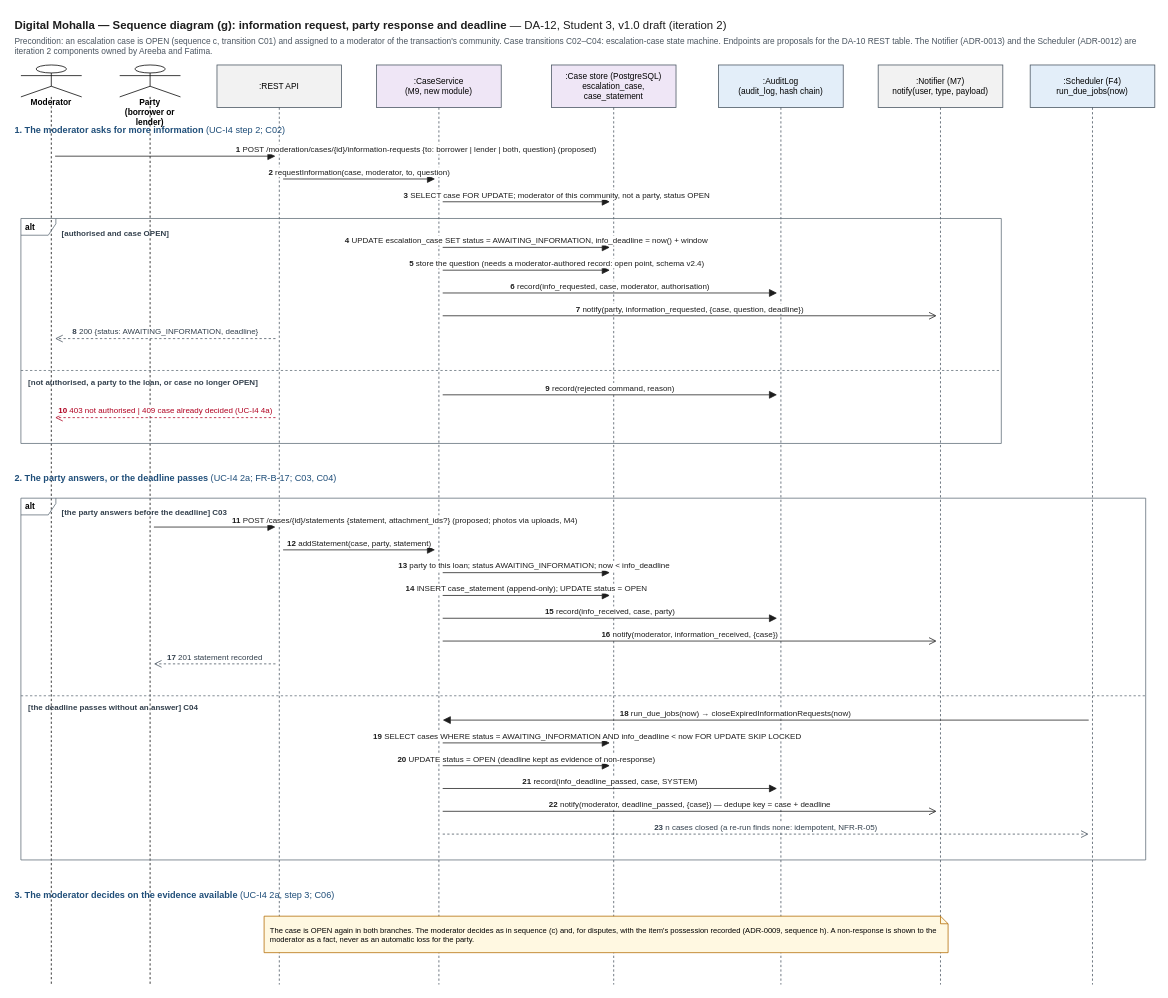
Earlier version of the draw.io diagram docs/design/08_sequence_diagrams/sequence_g_information_request.drawio (Areeba444/DigitalMohalla). Source tidied: cells renumbered, new cells numbered last; positions are measured from the earlier drawing's top-left corner, leaving out a move shared by most shapes. Both pictures are drawn from the tidied source at 76%, with x=0, y=0 at pixel (13, 13).
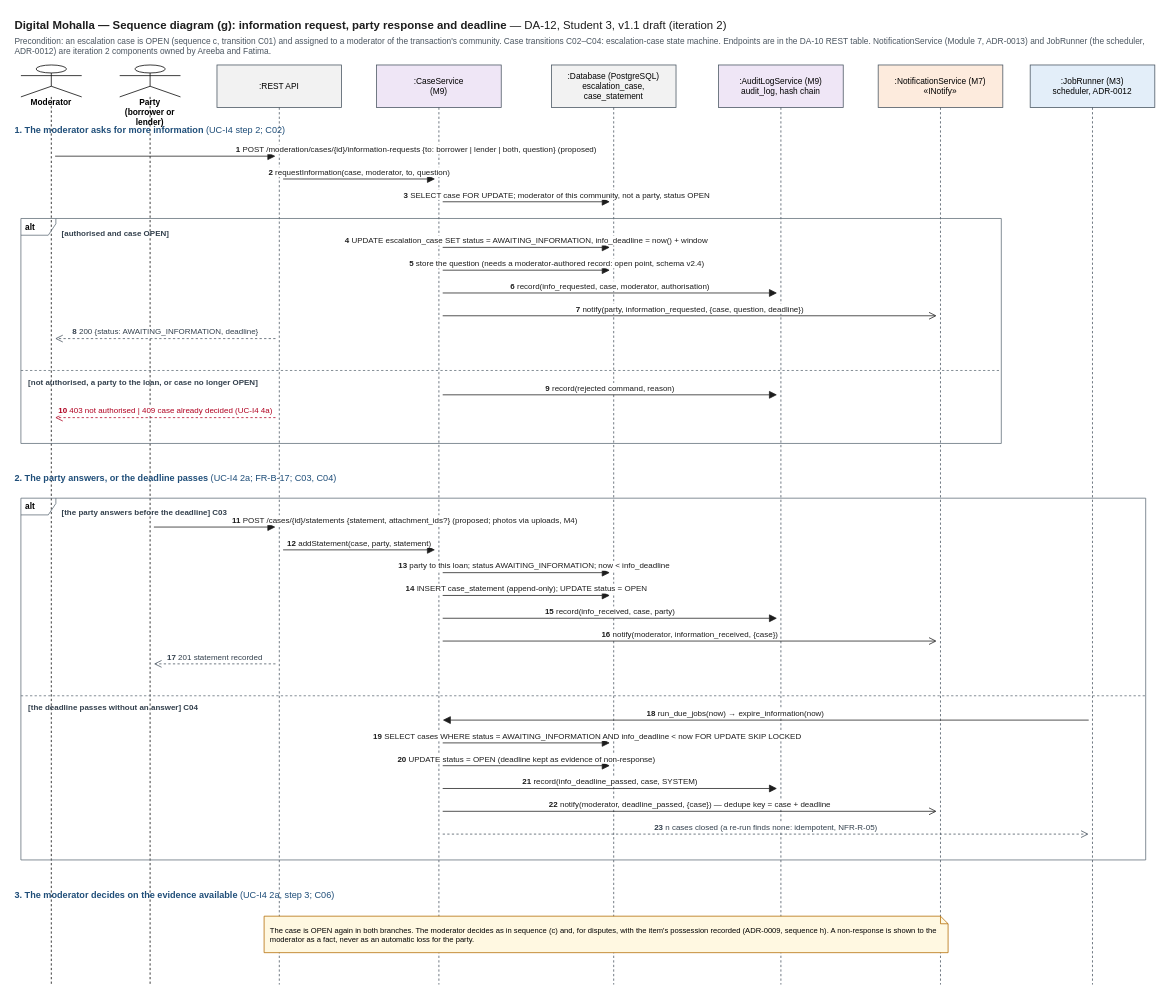
The same page after the edit.

The edit, as a diff of the source:
```diff
@@
-    <mxCell id="2" value="&lt;b&gt;Digital Mohalla &amp;#8212; Sequence diagram (g): information request, party response and deadline&lt;/b&gt; &amp;#8212; DA-12, Student 3, v1.0 draft (iteration 2)" style="text;html=1;whiteSpace=wrap;align=left;verticalAlign=top;fontSize=15;fontStyle=0;fontColor=#1d1d1d;spacing=2;overflow=visible;" parent="1" vertex="1">
+    <mxCell id="2" value="&lt;b&gt;Digital Mohalla &amp;#8212; Sequence diagram (g): information request, party response and deadline&lt;/b&gt; &amp;#8212; DA-12, Student 3, v1.1 draft (iteration 2)" style="text;html=1;whiteSpace=wrap;align=left;verticalAlign=top;fontSize=15;fontStyle=0;fontColor=#1d1d1d;spacing=2;overflow=visible;" parent="1" vertex="1">
       <mxGeometry width="1500" height="24" as="geometry" />
     </mxCell>
-    <mxCell id="3" value="Precondition: an escalation case is OPEN (sequence c, transition C01) and assigned to a moderator of the transaction's community. Case transitions C02&amp;#8211;C04: escalation-case state machine. Endpoints are proposals for the DA-10 REST table. The Notifier (ADR-0013) and the Scheduler (ADR-0012) are iteration 2 components owned by Areeba and Fatima." style="text;html=1;whiteSpace=wrap;align=left;verticalAlign=top;fontSize=11;fontStyle=0;fontColor=#4A5560;spacing=2;overflow=visible;" parent="1" vertex="1">
+    <mxCell id="3" value="Precondition: an escalation case is OPEN (sequence c, transition C01) and assigned to a moderator of the transaction's community. Case transitions C02&amp;#8211;C04: escalation-case state machine. Endpoints are in the DA-10 REST table. NotificationService (Module 7, ADR-0013) and JobRunner (the scheduler, ADR-0012) are iteration 2 components owned by Areeba and Fatima." style="text;html=1;whiteSpace=wrap;align=left;verticalAlign=top;fontSize=11;fontStyle=0;fontColor=#4A5560;spacing=2;overflow=visible;" parent="1" vertex="1">
       <mxGeometry y="24" width="1500" height="34" as="geometry" />
     </mxCell>
@@
-    <mxCell id="7" value=":CaseService&lt;br&gt;(M9, new module)" style="shape=umlLifeline;perimeter=lifelinePerimeter;whiteSpace=wrap;html=1;size=56;fontSize=11;fillColor=#EFE6F6;strokeColor=#46535F;" parent="1" vertex="1">
+    <mxCell id="7" value=":CaseService&lt;br&gt;(M9)" style="shape=umlLifeline;perimeter=lifelinePerimeter;whiteSpace=wrap;html=1;size=56;fontSize=11;fillColor=#EFE6F6;strokeColor=#46535F;" parent="1" vertex="1">
       <mxGeometry x="478" y="68" width="164" height="1210" as="geometry" />
     </mxCell>
-    <mxCell id="8" value=":Case store (PostgreSQL)&lt;br&gt;escalation_case, case_statement" style="shape=umlLifeline;perimeter=lifelinePerimeter;whiteSpace=wrap;html=1;size=56;fontSize=11;fillColor=#EFE6F6;strokeColor=#46535F;" parent="1" vertex="1">
+    <mxCell id="8" value=":Database (PostgreSQL)&lt;br&gt;escalation_case, case_statement" style="shape=umlLifeline;perimeter=lifelinePerimeter;whiteSpace=wrap;html=1;size=56;fontSize=11;fillColor=#F2F2F2;strokeColor=#46535F;" parent="1" vertex="1">
       <mxGeometry x="708" y="68" width="164" height="1210" as="geometry" />
     </mxCell>
-    <mxCell id="9" value=":AuditLog&lt;br&gt;(audit_log, hash chain)" style="shape=umlLifeline;perimeter=lifelinePerimeter;whiteSpace=wrap;html=1;size=56;fontSize=11;fillColor=#E3EEF9;strokeColor=#46535F;" parent="1" vertex="1">
+    <mxCell id="9" value=":AuditLogService (M9)&lt;br&gt;audit_log, hash chain" style="shape=umlLifeline;perimeter=lifelinePerimeter;whiteSpace=wrap;html=1;size=56;fontSize=11;fillColor=#EFE6F6;strokeColor=#46535F;" parent="1" vertex="1">
       <mxGeometry x="928" y="68" width="164" height="1210" as="geometry" />
     </mxCell>
-    <mxCell id="10" value=":Notifier (M7)&lt;br&gt;notify(user, type, payload)" style="shape=umlLifeline;perimeter=lifelinePerimeter;whiteSpace=wrap;html=1;size=56;fontSize=11;fillColor=#F2F2F2;strokeColor=#46535F;" parent="1" vertex="1">
+    <mxCell id="10" value=":NotificationService (M7)&lt;br&gt;&amp;#171;INotify&amp;#187;" style="shape=umlLifeline;perimeter=lifelinePerimeter;whiteSpace=wrap;html=1;size=56;fontSize=11;fillColor=#FDEBDD;strokeColor=#46535F;" parent="1" vertex="1">
       <mxGeometry x="1138" y="68" width="164" height="1210" as="geometry" />
     </mxCell>
-    <mxCell id="11" value=":Scheduler (F4)&lt;br&gt;run_due_jobs(now)" style="shape=umlLifeline;perimeter=lifelinePerimeter;whiteSpace=wrap;html=1;size=56;fontSize=11;fillColor=#E3EEF9;strokeColor=#46535F;" parent="1" vertex="1">
+    <mxCell id="11" value=":JobRunner (M3)&lt;br&gt;scheduler, ADR-0012" style="shape=umlLifeline;perimeter=lifelinePerimeter;whiteSpace=wrap;html=1;size=56;fontSize=11;fillColor=#E3EEF9;strokeColor=#46535F;" parent="1" vertex="1">
       <mxGeometry x="1338" y="68" width="164" height="1210" as="geometry" />
     </mxCell>
@@
-    <mxCell id="35" value="&lt;b&gt;18&lt;/b&gt; run_due_jobs(now) &amp;#8594; closeExpiredInformationRequests(now)" style="html=1;rounded=0;fontSize=10.5;labelBackgroundColor=#FFFFFF;fontColor=#1d1d1d;endSize=8;endArrow=block;endFill=1;strokeColor=#1D1D1D;fontSize=10.5;" parent="1" edge="1">
+    <mxCell id="35" value="&lt;b&gt;18&lt;/b&gt; run_due_jobs(now) &amp;#8594; expire_information(now)" style="html=1;rounded=0;fontSize=10.5;labelBackgroundColor=#FFFFFF;fontColor=#1d1d1d;endSize=8;endArrow=block;endFill=1;strokeColor=#1D1D1D;fontSize=10.5;" parent="1" edge="1">
       <mxGeometry relative="1" as="geometry">
         <mxPoint x="1415" y="930" as="sourcePoint" />
         <mxPoint x="565" y="930" as="targetPoint" />
         <mxPoint x="-40" y="-9" as="offset" />
       </mxGeometry>
     </mxCell>
```
